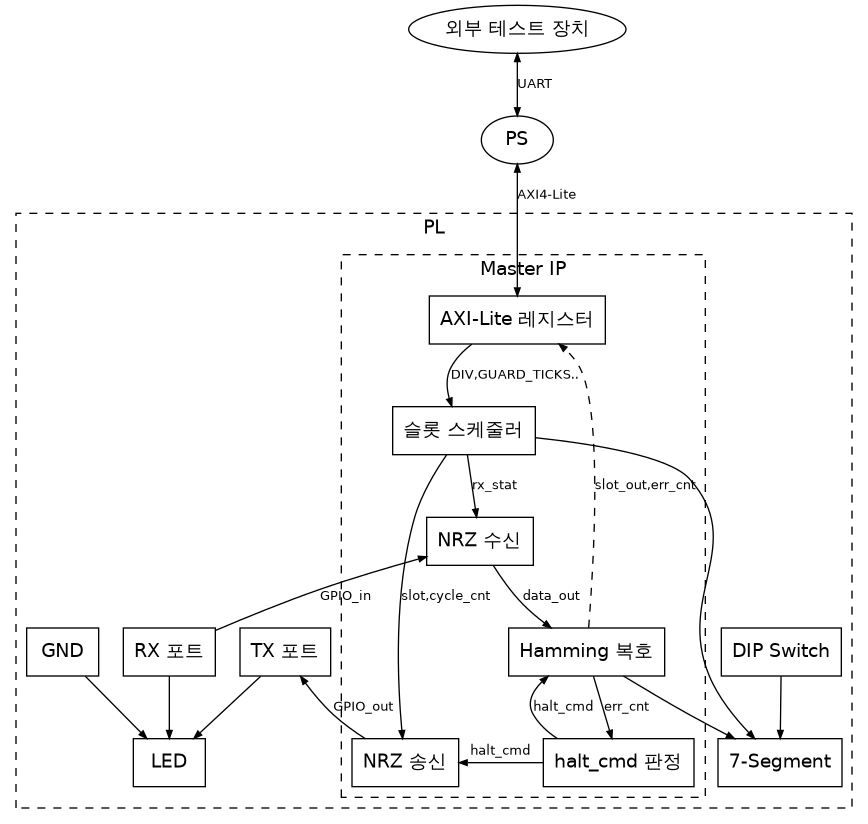
The Graphviz diagram diagrams/full_stack.png in Woodong02/SoC_Design_and_Programming, before a commit. Its source is kept beside it as diagrams/full_stack.dot.
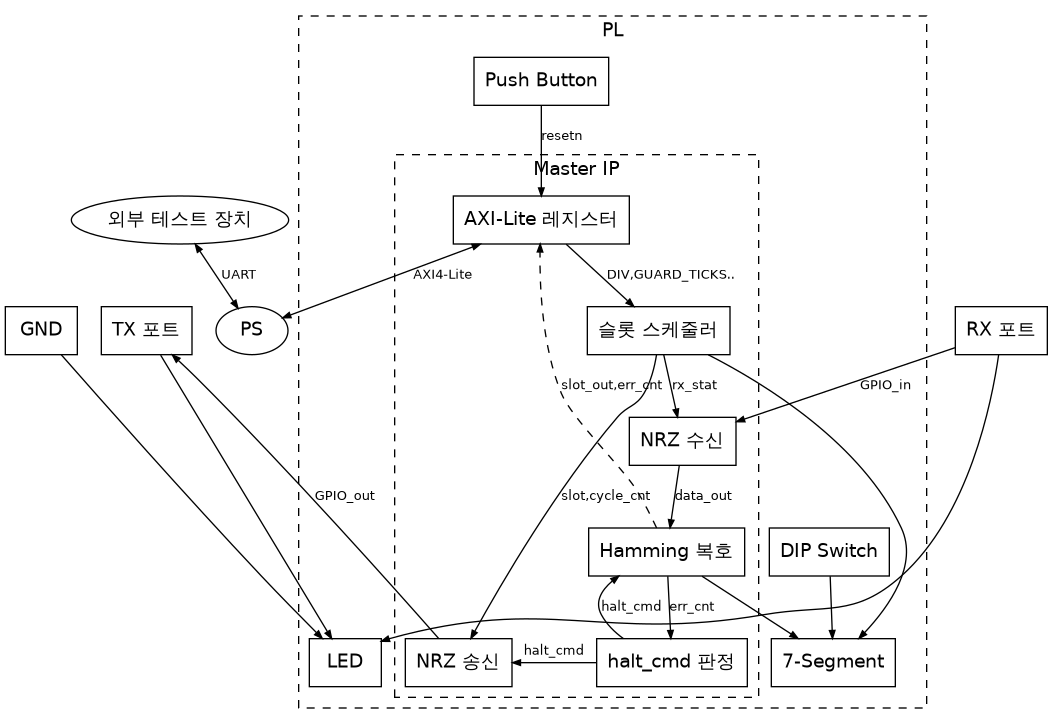
After the commit.

Commit message:
Move GND/TX/RX pins outside PL boundary, add Push Button (resetn)

The edit, as a diff of the source:
```diff
@@ -6,17 +6,20 @@
 
     EXT [label="외부 테스트 장치", shape=ellipse];
     PS  [label="PS", shape=ellipse];
+    GND [label="GND"];
+    TXP [label="TX 포트"];
+    RXP [label="RX 포트"];
+
+    { rank=same; PS; GND; TXP; RXP; }
 
     subgraph cluster_pl {
         label="PL";
         style=dashed;
         fontname="Noto Sans CJK KR";
 
-        GND [label="GND"];
-        TXP [label="TX 포트"];
-        RXP [label="RX 포트"];
         LED [label="LED"];
         DIP [label="DIP Switch"];
+        PB  [label="Push Button"];
         SEG [label="7-Segment"];
 
         subgraph cluster_master {
@@ -47,7 +50,6 @@
             DEC  -> AXI  [label="slot_out,err_cnt", style=dashed];
         }
 
-        { rank=same; GND; TXP; RXP; }
         { rank=same; LED; SEG; }
 
         GND -> LED;
@@ -58,6 +60,7 @@
         DIP -> SEG;
         SLOT -> SEG;
         DEC  -> SEG;
+        PB   -> AXI [label="resetn"];
     }
 
     EXT -> PS [label="UART", dir=both];
```
